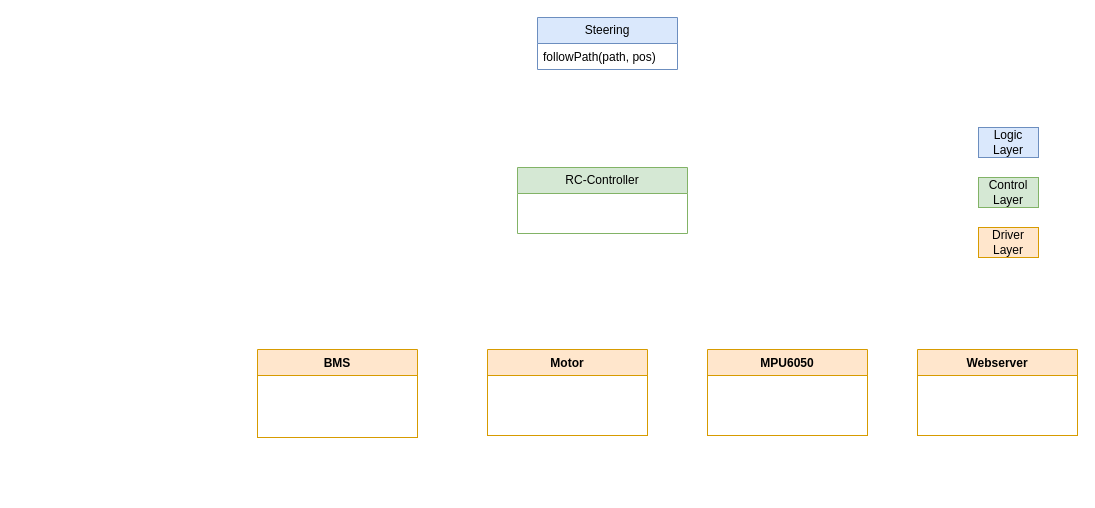
The draw.io diagram software_architecutre.drawio in AminSeffo/BattleBot, before the edit. Source tidied: cells renumbered, new cells numbered last; positions are measured from the earlier drawing's top-left corner, leaving out a move shared by most shapes. Both pictures are drawn from the tidied source at 100%, with x=0, y=0 at pixel (257, 17).
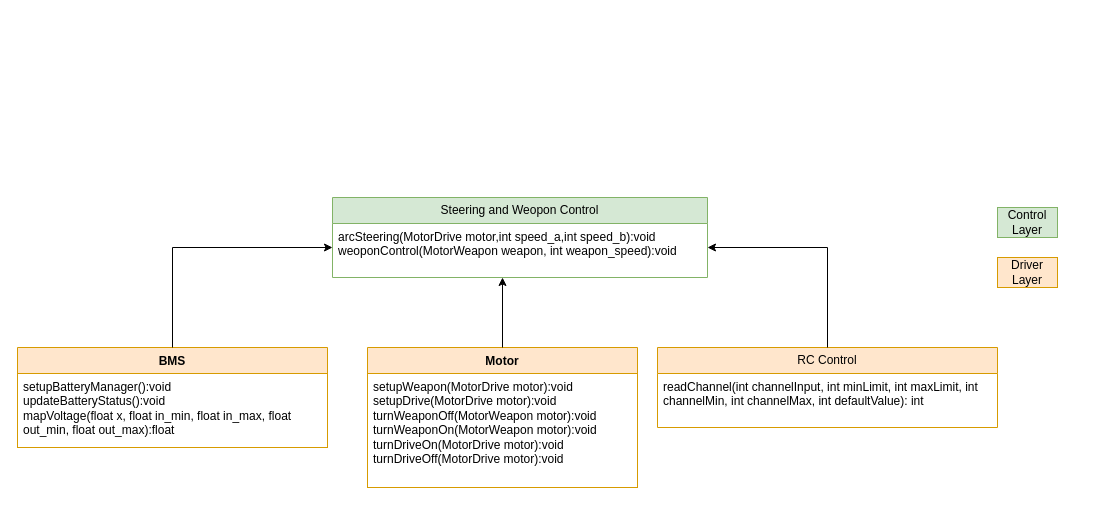
The same page after the edit.

Diff of the diagram source:
```diff
@@
 <mxGraphModel>
   <root>
     <mxCell id="0" />
     <mxCell id="1" parent="0" />
     <mxCell id="2" value="BMS" style="swimlane;fontStyle=1;align=center;verticalAlign=top;horizontal=1;startSize=26;whiteSpace=wrap;html=1;fillColor=#ffe6cc;strokeColor=#d79b00;" parent="1" vertex="1">
-      <mxGeometry y="332" width="160" height="88" as="geometry" />
+      <mxGeometry x="-240" y="330" width="310" height="100" as="geometry" />
     </mxCell>
-    <mxCell id="3" style="text;strokeColor=#d79b00;fillColor=none;align=left;verticalAlign=top;spacingLeft=4;spacingRight=4;overflow=hidden;whiteSpace=wrap;html=1;" parent="2" vertex="1">
-      <mxGeometry y="26" width="160" height="62" as="geometry" />
+    <mxCell id="3" value="&lt;div&gt;setupBatteryManager():void&lt;/div&gt;&lt;div&gt;updateBatteryStatus():void&lt;/div&gt;&lt;div&gt;mapVoltage(float x, float in_min, float in_max, float out_min, float out_max):float&lt;/div&gt;" style="text;strokeColor=#d79b00;fillColor=none;align=left;verticalAlign=top;spacingLeft=4;spacingRight=4;overflow=hidden;whiteSpace=wrap;html=1;" parent="2" vertex="1">
+      <mxGeometry y="26" width="310" height="74" as="geometry" />
     </mxCell>
     <mxCell id="4" value="Motor" style="swimlane;fontStyle=1;align=center;verticalAlign=top;horizontal=1;startSize=26;whiteSpace=wrap;html=1;fillColor=#ffe6cc;strokeColor=#d79b00;" parent="1" vertex="1">
-      <mxGeometry x="230" y="332" width="160" height="86" as="geometry" />
+      <mxGeometry x="110" y="330" width="270" height="140" as="geometry" />
     </mxCell>
-    <mxCell id="5" style="text;strokeColor=#d79b00;fillColor=none;align=left;verticalAlign=top;spacingLeft=4;spacingRight=4;overflow=hidden;whiteSpace=wrap;html=1;" parent="4" vertex="1">
-      <mxGeometry y="26" width="160" height="60" as="geometry" />
+    <mxCell id="5" value="setupWeapon(MotorDrive motor):void&lt;br&gt;setupDrive(MotorDrive motor):void&lt;br&gt;turnWeaponOff(MotorWeapon motor):void&lt;br&gt;turnWeaponOn(MotorWeapon&amp;nbsp;motor):void&lt;br&gt;turnDriveOn(MotorDrive motor):void&lt;br&gt;turnDriveOff(MotorDrive motor):void" style="text;strokeColor=#d79b00;fillColor=none;align=left;verticalAlign=top;spacingLeft=4;spacingRight=4;overflow=hidden;whiteSpace=wrap;html=1;" parent="4" vertex="1">
+      <mxGeometry y="26" width="270" height="114" as="geometry" />
     </mxCell>
-    <mxCell id="6" value="RC-Controller" style="swimlane;fontStyle=0;horizontal=1;startSize=26;fillColor=#d5e8d4;whiteSpace=wrap;html=1;strokeColor=#82b366;" parent="1" vertex="1">
-      <mxGeometry x="260" y="150" width="170" height="66" as="geometry" />
-    </mxCell>
-    <mxCell id="7" value="Steering" style="swimlane;fontStyle=0;horizontal=1;startSize=26;fillColor=#dae8fc;whiteSpace=wrap;html=1;strokeColor=#6c8ebf;" parent="1" vertex="1">
-      <mxGeometry x="280" width="140" height="52" as="geometry" />
+    <mxCell id="7" value="Steering and Weopon Control" style="swimlane;fontStyle=0;horizontal=1;startSize=26;fillColor=#d5e8d4;whiteSpace=wrap;html=1;strokeColor=#82b366;" parent="1" vertex="1">
+      <mxGeometry x="75" y="180" width="375" height="80" as="geometry" />
     </mxCell>
+    <mxCell id="16" style="endArrow=classic;html=1;rounded=0;" parent="7" edge="1">
+      <mxGeometry relative="1" as="geometry">
+        <mxPoint x="-160" y="150" as="sourcePoint" />
+        <mxPoint y="50" as="targetPoint" />
+        <Array as="points">
+          <mxPoint x="-160" y="50" />
+        </Array>
+      </mxGeometry>
+    </mxCell>
-    <mxCell id="8" value="followPath(path, pos)" style="text;strokeColor=none;fillColor=none;align=left;verticalAlign=top;spacingLeft=4;spacingRight=4;overflow=hidden;whiteSpace=wrap;html=1;" parent="7" vertex="1">
-      <mxGeometry y="26" width="140" height="26" as="geometry" />
+    <mxCell id="8" value="arcSteering(MotorDrive motor,int speed_a,int speed_b):void&lt;br&gt;weoponControl(MotorWeapon weapon, int weapon_speed):void" style="text;strokeColor=none;fillColor=none;align=left;verticalAlign=top;spacingLeft=4;spacingRight=4;overflow=hidden;whiteSpace=wrap;html=1;" parent="7" vertex="1">
+      <mxGeometry y="26" width="375" height="54" as="geometry" />
     </mxCell>
-    <mxCell id="9" value="Logic Layer" style="text;html=1;strokeColor=#6c8ebf;fillColor=#dae8fc;align=center;verticalAlign=middle;whiteSpace=wrap;rounded=0;" parent="1" vertex="1">
-      <mxGeometry x="721" y="110" width="60" height="30" as="geometry" />
-    </mxCell>
     <mxCell id="10" value="Control Layer" style="text;html=1;strokeColor=#82b366;fillColor=#d5e8d4;align=center;verticalAlign=middle;whiteSpace=wrap;rounded=0;" parent="1" vertex="1">
-      <mxGeometry x="721" y="160" width="60" height="30" as="geometry" />
+      <mxGeometry x="740" y="190" width="60" height="30" as="geometry" />
     </mxCell>
     <mxCell id="11" value="Driver Layer" style="text;html=1;strokeColor=#d79b00;fillColor=#ffe6cc;align=center;verticalAlign=middle;whiteSpace=wrap;rounded=0;" parent="1" vertex="1">
-      <mxGeometry x="721" y="210" width="60" height="30" as="geometry" />
+      <mxGeometry x="740" y="240" width="60" height="30" as="geometry" />
     </mxCell>
-    <mxCell id="12" value="MPU6050" style="swimlane;fontStyle=1;align=center;verticalAlign=top;horizontal=1;startSize=26;whiteSpace=wrap;html=1;fillColor=#ffe6cc;strokeColor=#d79b00;" parent="1" vertex="1">
-      <mxGeometry x="450" y="332" width="160" height="86" as="geometry" />
-    </mxCell>
-    <mxCell id="13" style="text;strokeColor=#d79b00;fillColor=none;align=left;verticalAlign=top;spacingLeft=4;spacingRight=4;overflow=hidden;whiteSpace=wrap;html=1;" parent="12" vertex="1">
-      <mxGeometry y="26" width="160" height="60" as="geometry" />
-    </mxCell>
-    <mxCell id="14" value="Webserver" style="swimlane;fontStyle=1;align=center;verticalAlign=top;horizontal=1;startSize=26;whiteSpace=wrap;html=1;fillColor=#ffe6cc;strokeColor=#d79b00;" parent="1" vertex="1">
-      <mxGeometry x="660" y="332" width="160" height="86" as="geometry" />
-    </mxCell>
-    <mxCell id="15" style="text;strokeColor=#d79b00;fillColor=none;align=left;verticalAlign=top;spacingLeft=4;spacingRight=4;overflow=hidden;whiteSpace=wrap;html=1;" parent="14" vertex="1">
-      <mxGeometry y="26" width="160" height="60" as="geometry" />
-    </mxCell>
+    <mxCell id="17" value="RC Control" style="swimlane;fontStyle=0;horizontal=1;startSize=26;whiteSpace=wrap;html=1;fillColor=#ffe6cc;strokeColor=#d79b00;" parent="1" vertex="1">
+      <mxGeometry x="400" y="330" width="340" height="80" as="geometry" />
+    </mxCell>
+    <mxCell id="18" value="readChannel(int channelInput, int minLimit, int maxLimit, int channelMin, int channelMax, int defaultValue): int" style="text;align=left;verticalAlign=top;spacingLeft=4;spacingRight=4;overflow=hidden;whiteSpace=wrap;html=1;" parent="17" vertex="1">
+      <mxGeometry y="26" width="340" height="54" as="geometry" />
+    </mxCell>
+    <mxCell id="19" style="endArrow=classic;html=1;rounded=0;" parent="1" edge="1" source="4">
+      <mxGeometry relative="1" as="geometry">
+        <mxPoint x="245" y="260" as="targetPoint" />
+      </mxGeometry>
+    </mxCell>
+    <mxCell id="20" style="endArrow=classic;html=1;rounded=0;exitX=0.5;exitY=0;exitDx=0;exitDy=0;" parent="1" edge="1" source="17">
+      <mxGeometry relative="1" as="geometry">
+        <mxPoint x="450" y="230" as="targetPoint" />
+        <Array as="points">
+          <mxPoint x="570" y="230" />
+        </Array>
+      </mxGeometry>
+    </mxCell>
   </root>
 </mxGraphModel>
```
